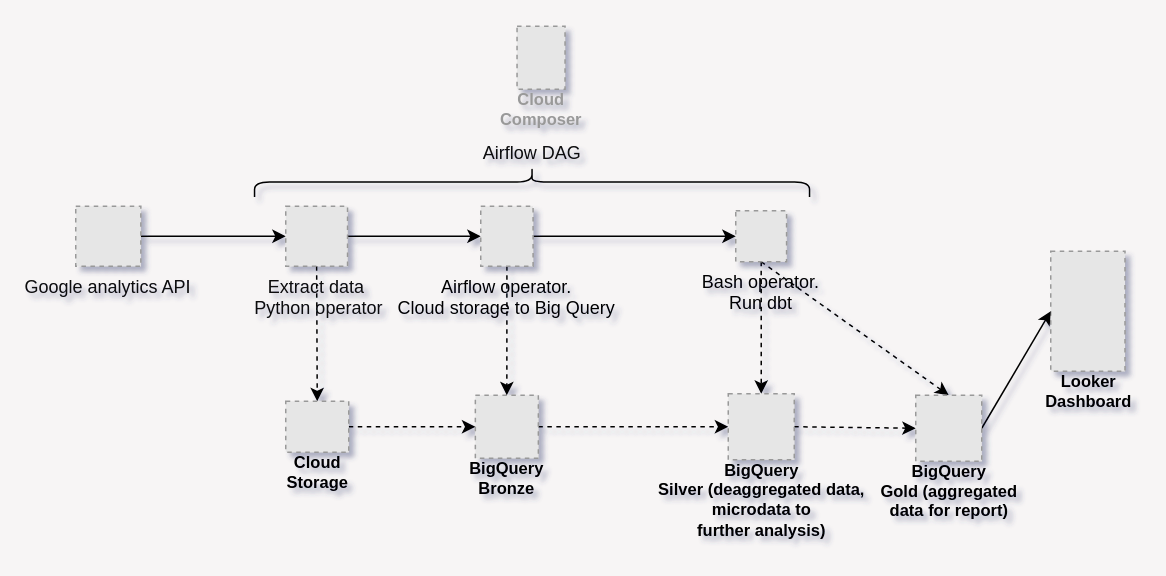
This is exercise4/design.drawio from LucaGelmini/WinClap-dataEng-technicalTest, a draw.io file, before an edit. Source tidied: cells renumbered, new cells numbered last; positions are measured from the earlier drawing's top-left corner, leaving out a move shared by most shapes. Both pictures are drawn from the tidied source at 150%, with x=0, y=0 at pixel (75, -96). Pictures stored in the file or linked from it are replaced by grey dashed boxes.
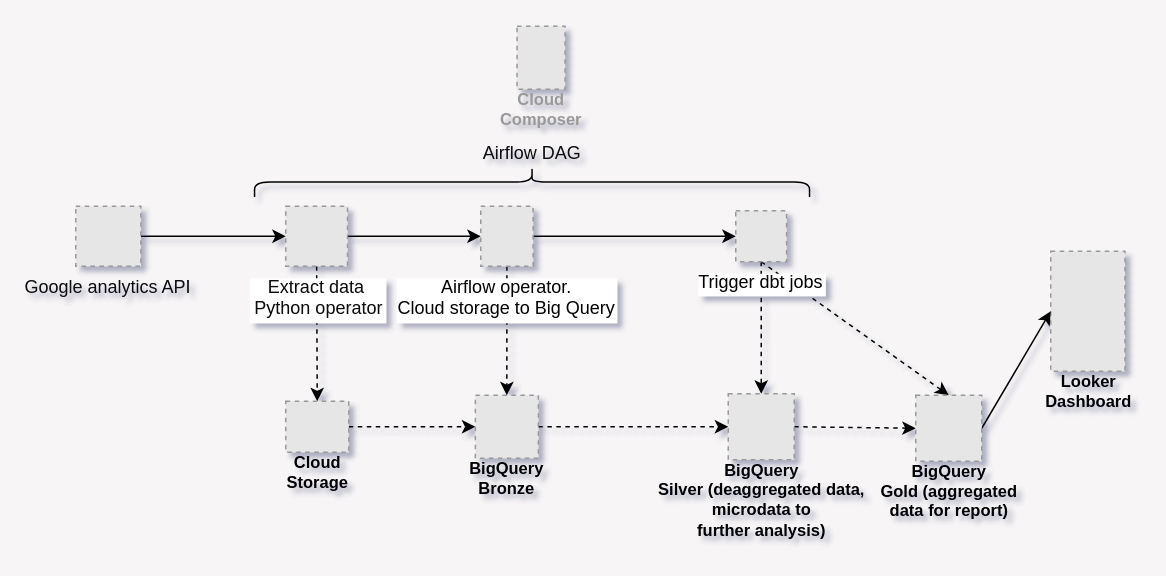
The same page after the edit.

What changed in the source:
```diff
@@
-    <mxCell id="11" value="Bash operator.&#10;Run dbt" style="fillColor=#E6E6E6;strokeColor=#999999;dashed=1;verticalLabelPosition=bottom;labelBackgroundColor=none;verticalAlign=top;fontColor=#000000;" parent="1" vertex="1">
+    <mxCell id="11" value="Trigger dbt jobs" style="fillColor=#E6E6E6;strokeColor=#999999;dashed=1;verticalLabelPosition=bottom;labelBackgroundColor=#FFFFFF;verticalAlign=top;fontColor=#000000;" parent="1" vertex="1">
       <mxGeometry x="440" y="204" width="33.9" height="34" as="geometry" />
     </mxCell>
@@
-    <mxCell id="14" value="Extract data&#10; Python operator" style="fillColor=#E6E6E6;strokeColor=#999999;dashed=1;verticalLabelPosition=bottom;labelBackgroundColor=none;verticalAlign=top;fontColor=#080808;" parent="1" vertex="1">
+    <mxCell id="14" value="Extract data&#10; Python operator" style="fillColor=#E6E6E6;strokeColor=#999999;dashed=1;verticalLabelPosition=bottom;labelBackgroundColor=#FFFFFF;verticalAlign=top;fontColor=#080808;" parent="1" vertex="1">
       <mxGeometry x="140" y="201" width="41.2" height="40" as="geometry" />
     </mxCell>
@@
-    <mxCell id="18" value="Airflow operator.&#10;Cloud storage to Big Query" style="fillColor=#E6E6E6;strokeColor=#999999;dashed=1;verticalLabelPosition=bottom;labelBackgroundColor=none;verticalAlign=top;fontColor=#000000;" parent="1" vertex="1">
+    <mxCell id="18" value="Airflow operator.&#10;Cloud storage to Big Query" style="fillColor=#E6E6E6;strokeColor=#999999;dashed=1;verticalLabelPosition=bottom;labelBackgroundColor=#FFFFFF;verticalAlign=top;fontColor=#000000;" parent="1" vertex="1">
       <mxGeometry x="270" y="201" width="34.9" height="40" as="geometry" />
     </mxCell>
```
